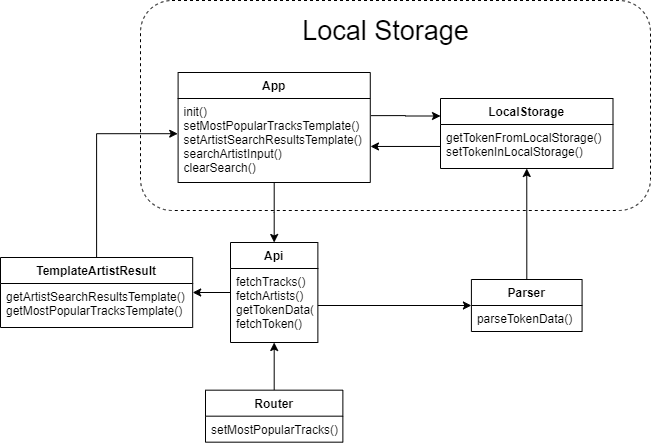
Above: img/actor-diagram.png in meessour/popular-track-generator-alpha (draw.io), before the change. Source tidied: cells renumbered, new cells last; positions are measured from the earlier drawing's top-left corner, leaving out a move shared by most shapes.
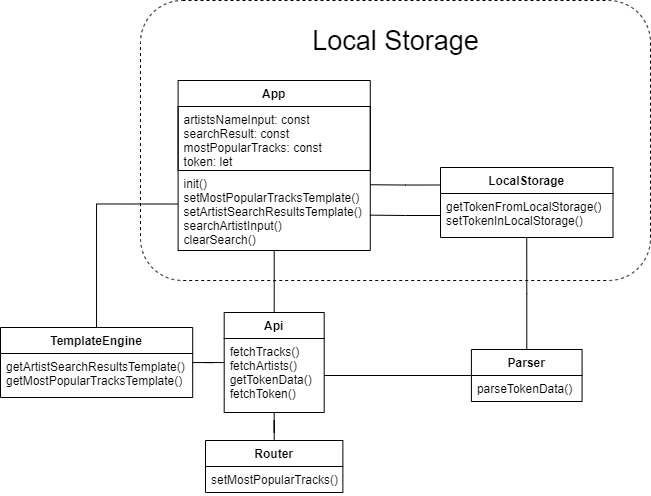
Above is the later version.

The edit, as a diff of the source:
```diff
@@ -2,49 +2,62 @@
   <root>
     <mxCell id="0" />
     <mxCell id="1" parent="0" />
+    <mxCell id="22" style="rounded=1;whiteSpace=wrap;html=1;fillColor=none;dashed=1;" parent="1" vertex="1">
+      <mxGeometry x="140" y="-70" width="510" height="280" as="geometry" />
+    </mxCell>
-    <mxCell id="2" style="edgeStyle=orthogonalEdgeStyle;rounded=0;jettySize=auto;html=1;" parent="1" edge="1" source="3" target="9">
+    <mxCell id="2" style="edgeStyle=orthogonalEdgeStyle;rounded=0;jettySize=auto;html=1;endArrow=none;endFill=0;startArrow=none;startFill=0;" parent="1" edge="1" source="3" target="9">
       <mxGeometry relative="1" as="geometry" />
     </mxCell>
     <mxCell id="3" value="Api" style="swimlane;fontStyle=1;align=center;verticalAlign=top;horizontal=1;startSize=26;" parent="1" vertex="1">
-      <mxGeometry x="230" y="242" width="87.4" height="100" as="geometry" />
+      <mxGeometry x="223.7" y="242" width="100" height="100" as="geometry" />
     </mxCell>
     <mxCell id="4" value="fetchTracks()&#10;fetchArtists()&#10;getTokenData()&#10;fetchToken()" style="text;strokeColor=none;fillColor=none;align=left;verticalAlign=top;spacingLeft=4;spacingRight=4;overflow=hidden;points=[[0,0.5],[1,0.5]];portConstraint=eastwest;" parent="3" vertex="1">
-      <mxGeometry y="26" width="87.4" height="74" as="geometry" />
+      <mxGeometry y="26" width="100" height="74" as="geometry" />
     </mxCell>
-    <mxCell id="5" style="edgeStyle=orthogonalEdgeStyle;rounded=0;jettySize=auto;html=1;" parent="1" edge="1" source="6" target="3">
+    <mxCell id="5" style="edgeStyle=orthogonalEdgeStyle;rounded=0;jettySize=auto;html=1;endArrow=none;endFill=0;startArrow=none;startFill=0;" parent="1" edge="1" source="6" target="3">
       <mxGeometry relative="1" as="geometry" />
     </mxCell>
     <mxCell id="6" value="Router" style="swimlane;fontStyle=1;align=center;verticalAlign=top;horizontal=1;startSize=26;" parent="1" vertex="1">
-      <mxGeometry x="205" y="389.7" width="137.4" height="52" as="geometry" />
+      <mxGeometry x="205" y="370" width="137.4" height="52" as="geometry" />
     </mxCell>
     <mxCell id="7" value="setMostPopularTracks()" style="text;strokeColor=none;fillColor=none;align=left;verticalAlign=top;spacingLeft=4;spacingRight=4;overflow=hidden;" parent="6" vertex="1">
       <mxGeometry y="26" width="137.4" height="26" as="geometry" />
     </mxCell>
-    <mxCell id="8" style="edgeStyle=orthogonalEdgeStyle;rounded=0;jettySize=auto;html=1;entryX=-0.002;entryY=0.419;entryDx=0;entryDy=0;entryPerimeter=0;" parent="1" edge="1" source="9" target="13">
+    <mxCell id="8" style="edgeStyle=orthogonalEdgeStyle;rounded=0;jettySize=auto;html=1;entryX=-0.002;entryY=0.419;entryDx=0;entryDy=0;entryPerimeter=0;endArrow=none;endFill=0;" parent="1" edge="1" source="9" target="13">
       <mxGeometry relative="1" as="geometry" />
     </mxCell>
-    <mxCell id="9" value="TemplateArtistResult" style="swimlane;fontStyle=1;align=center;verticalAlign=top;horizontal=1;startSize=26;" parent="1" vertex="1">
+    <mxCell id="9" value="TemplateEngine" style="swimlane;fontStyle=1;align=center;verticalAlign=top;horizontal=1;startSize=26;" parent="1" vertex="1">
       <mxGeometry y="257" width="192.2" height="70" as="geometry" />
     </mxCell>
     <mxCell id="10" value="getArtistSearchResultsTemplate()&#10;getMostPopularTracksTemplate()" style="text;strokeColor=none;fillColor=none;align=left;verticalAlign=top;spacingLeft=4;spacingRight=4;overflow=hidden;" parent="9" vertex="1">
       <mxGeometry y="26" width="192.2" height="44" as="geometry" />
     </mxCell>
-    <mxCell id="11" style="edgeStyle=orthogonalEdgeStyle;rounded=0;jettySize=auto;html=1;entryX=0.5;entryY=0;entryDx=0;entryDy=0;" parent="1" edge="1" source="12" target="3">
+    <mxCell id="11" style="edgeStyle=orthogonalEdgeStyle;rounded=0;jettySize=auto;html=1;entryX=0.5;entryY=0;entryDx=0;entryDy=0;endArrow=none;endFill=0;" parent="1" edge="1" source="12" target="3">
       <mxGeometry relative="1" as="geometry" />
     </mxCell>
     <mxCell id="12" value="App" style="swimlane;fontStyle=1;align=center;verticalAlign=top;horizontal=1;startSize=26;" parent="1" vertex="1">
-      <mxGeometry x="177.6" y="72" width="192.2" height="110" as="geometry" />
+      <mxGeometry x="177.6" y="10" width="192.2" height="170" as="geometry" />
     </mxCell>
+    <mxCell id="24" value="artistsNameInput: const&#10;searchResult: const&#10;mostPopularTracks: const&#10;token: let" style="text;strokeColor=#000000;fillColor=none;align=left;verticalAlign=top;spacingLeft=4;spacingRight=4;overflow=hidden;" parent="12" vertex="1">
+      <mxGeometry y="26" width="192.2" height="64" as="geometry" />
+    </mxCell>
     <mxCell id="13" value="init()&#10;setMostPopularTracksTemplate()&#10;setArtistSearchResultsTemplate()&#10;searchArtistInput()&#10;clearSearch()" style="text;strokeColor=none;fillColor=none;align=left;verticalAlign=top;spacingLeft=4;spacingRight=4;overflow=hidden;points=[[0,0.5],[1,0.5]];portConstraint=eastwest;" parent="12" vertex="1">
-      <mxGeometry y="26" width="192.2" height="84" as="geometry" />
+      <mxGeometry y="90" width="192.2" height="80" as="geometry" />
     </mxCell>
+    <mxCell id="25" style="edgeStyle=orthogonalEdgeStyle;rounded=0;jettySize=auto;html=1;exitX=0;exitY=0.25;exitDx=0;exitDy=0;entryX=0.999;entryY=0.178;entryDx=0;entryDy=0;entryPerimeter=0;startArrow=none;startFill=0;endArrow=none;endFill=0;" parent="1" edge="1" source="14" target="13">
+      <mxGeometry relative="1" as="geometry">
+        <Array as="points">
+          <mxPoint x="405" y="115" />
+        </Array>
+      </mxGeometry>
+    </mxCell>
     <mxCell id="14" value="LocalStorage" style="swimlane;fontStyle=1;align=center;verticalAlign=top;horizontal=1;startSize=26;" parent="1" vertex="1">
-      <mxGeometry x="440" y="98" width="172.5" height="70" as="geometry" />
+      <mxGeometry x="440" y="97" width="172.5" height="70" as="geometry" />
     </mxCell>
     <mxCell id="15" value="getTokenFromLocalStorage()&#10;setTokenInLocalStorage()" style="text;strokeColor=none;fillColor=none;align=left;verticalAlign=top;spacingLeft=4;spacingRight=4;overflow=hidden;points=[[0,0.5],[1,0.5]];portConstraint=eastwest;" parent="14" vertex="1">
       <mxGeometry y="26" width="172.5" height="44" as="geometry" />
     </mxCell>
-    <mxCell id="16" style="edgeStyle=orthogonalEdgeStyle;rounded=0;jettySize=auto;html=1;entryX=0.5;entryY=1;entryDx=0;entryDy=0;" parent="1" edge="1" source="17" target="14">
+    <mxCell id="16" style="edgeStyle=orthogonalEdgeStyle;rounded=0;jettySize=auto;html=1;entryX=0.5;entryY=1;entryDx=0;entryDy=0;endArrow=none;endFill=0;" parent="1" edge="1" source="17" target="14">
       <mxGeometry relative="1" as="geometry" />
     </mxCell>
     <mxCell id="17" value="Parser" style="swimlane;fontStyle=1;align=center;verticalAlign=top;horizontal=1;startSize=26;" parent="1" vertex="1">
@@ -53,20 +66,18 @@
     <mxCell id="18" value="parseTokenData()" style="text;strokeColor=none;fillColor=none;align=left;verticalAlign=top;spacingLeft=4;spacingRight=4;overflow=hidden;" parent="17" vertex="1">
       <mxGeometry y="26" width="110.7" height="26" as="geometry" />
     </mxCell>
-    <mxCell id="19" style="edgeStyle=orthogonalEdgeStyle;rounded=0;jettySize=auto;html=1;entryX=0;entryY=0.5;entryDx=0;entryDy=0;exitX=1;exitY=0.5;exitDx=0;exitDy=0;" parent="1" edge="1" source="4" target="17">
+    <mxCell id="19" style="edgeStyle=orthogonalEdgeStyle;rounded=0;jettySize=auto;html=1;entryX=0;entryY=0.5;entryDx=0;entryDy=0;exitX=1;exitY=0.5;exitDx=0;exitDy=0;endArrow=none;endFill=0;startArrow=none;startFill=0;" parent="1" edge="1" source="4" target="17">
       <mxGeometry relative="1" as="geometry" />
     </mxCell>
-    <mxCell id="20" style="edgeStyle=orthogonalEdgeStyle;rounded=0;jettySize=auto;html=1;entryX=0;entryY=0.25;entryDx=0;entryDy=0;exitX=1.004;exitY=0.204;exitDx=0;exitDy=0;exitPerimeter=0;" parent="1" edge="1" source="13" target="14">
-      <mxGeometry relative="1" as="geometry" />
-    </mxCell>
+    <mxCell id="23" value="Local Storage" style="text;html=1;align=center;verticalAlign=middle;fontSize=27;" parent="1" vertex="1">
+      <mxGeometry x="305" y="-50" width="180" height="40" as="geometry" />
+    </mxCell>
-    <mxCell id="21" style="edgeStyle=orthogonalEdgeStyle;rounded=0;jettySize=auto;html=1;entryX=1.001;entryY=0.571;entryDx=0;entryDy=0;entryPerimeter=0;" parent="1" edge="1" source="15" target="13">
-      <mxGeometry relative="1" as="geometry" />
+    <mxCell id="21" style="edgeStyle=orthogonalEdgeStyle;rounded=0;jettySize=auto;html=1;exitX=0;exitY=0.5;exitDx=0;exitDy=0;entryX=0.998;entryY=0.558;entryDx=0;entryDy=0;entryPerimeter=0;startArrow=none;startFill=0;endArrow=none;endFill=0;" parent="1" edge="1" source="15" target="13">
+      <mxGeometry relative="1" as="geometry">
+        <Array as="points">
+          <mxPoint x="405" y="145" />
+        </Array>
+      </mxGeometry>
     </mxCell>
-    <mxCell id="22" style="rounded=1;whiteSpace=wrap;html=1;fillColor=none;dashed=1;" parent="1" vertex="1">
-      <mxGeometry x="140" width="510" height="210" as="geometry" />
-    </mxCell>
-    <mxCell id="23" value="Local Storage" style="text;html=1;align=center;verticalAlign=middle;fontSize=27;" parent="1" vertex="1">
-      <mxGeometry x="295" y="10" width="180" height="40" as="geometry" />
-    </mxCell>
   </root>
 </mxGraphModel>
```
